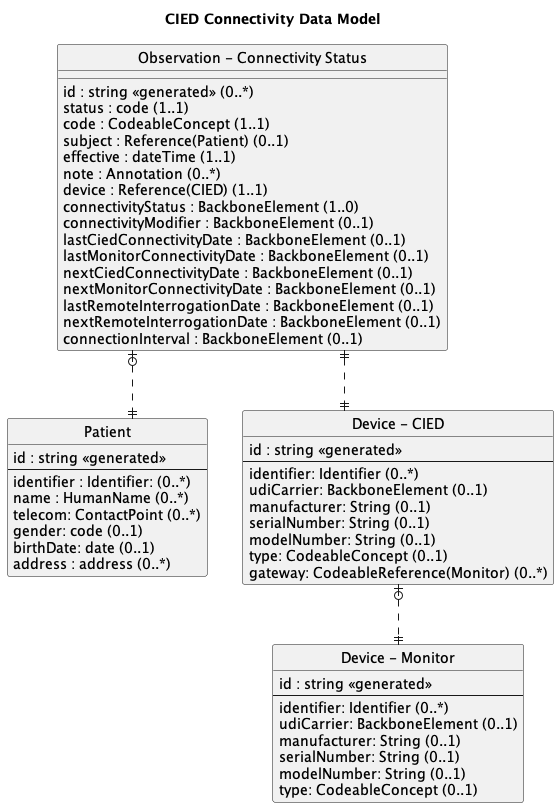
Before: input/images/data-model1.png, a diagram exported from PlantUML (HL7/CardX-CIED).
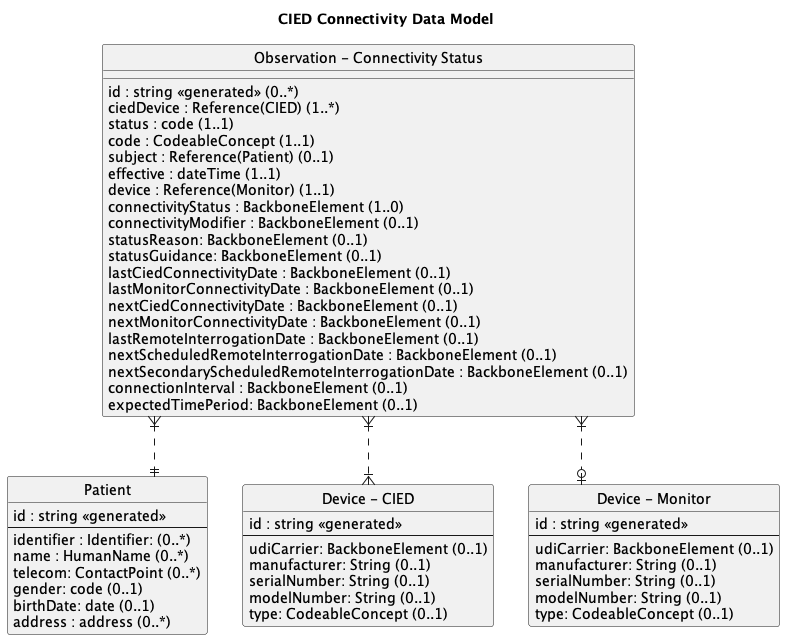
After the change.

Commit message:
remove device mapping table

What changed in the source:
```diff
@@ -19,19 +19,16 @@
 entity "Device - CIED" as cied {
   id : string <<generated>>
   --
-  identifier: Identifier (0..*)
   udiCarrier: BackboneElement (0..1)
   manufacturer: String (0..1)
   serialNumber: String (0..1)
   modelNumber: String (0..1)
   type: CodeableConcept (0..1)
-  gateway: CodeableReference(Monitor) (0..*)
 }
 
 entity "Device - Monitor" as monitor {
   id : string <<generated>>
   --
-  identifier: Identifier (0..*)
   udiCarrier: BackboneElement (0..1)
   manufacturer: String (0..1)
   serialNumber: String (0..1)
@@ -41,24 +38,29 @@
 
 entity "Observation - Connectivity Status" as Connectivity {
     id : string <<generated>> (0..*)
+    ciedDevice : Reference(CIED) (1..*)
     status : code (1..1)
     code : CodeableConcept (1..1)
     subject : Reference(Patient) (0..1)
     effective : dateTime (1..1)
-    note : Annotation (0..*)
-    device : Reference(CIED) (1..1)
+    device : Reference(Monitor) (1..1)
     connectivityStatus : BackboneElement (1..0)
     connectivityModifier : BackboneElement (0..1)
+    statusReason: BackboneElement (0..1)
+    statusGuidance: BackboneElement (0..1)
     lastCiedConnectivityDate : BackboneElement (0..1)
     lastMonitorConnectivityDate : BackboneElement (0..1)
     nextCiedConnectivityDate : BackboneElement (0..1)
     nextMonitorConnectivityDate : BackboneElement (0..1)
     lastRemoteInterrogationDate : BackboneElement (0..1)
-    nextRemoteInterrogationDate : BackboneElement (0..1)
+    nextScheduledRemoteInterrogationDate : BackboneElement (0..1)
+    nextSecondaryScheduledRemoteInterrogationDate : BackboneElement (0..1)
     connectionInterval : BackboneElement (0..1)
+    expectedTimePeriod: BackboneElement (0..1)
 }
 
-Connectivity |o..|| Patient
-Connectivity ||..|| cied
-cied |o..|| monitor
+Connectivity }|..|| Patient
+Connectivity }|..|{ cied
+Connectivity }|..o| monitor
+
 @enduml
```
